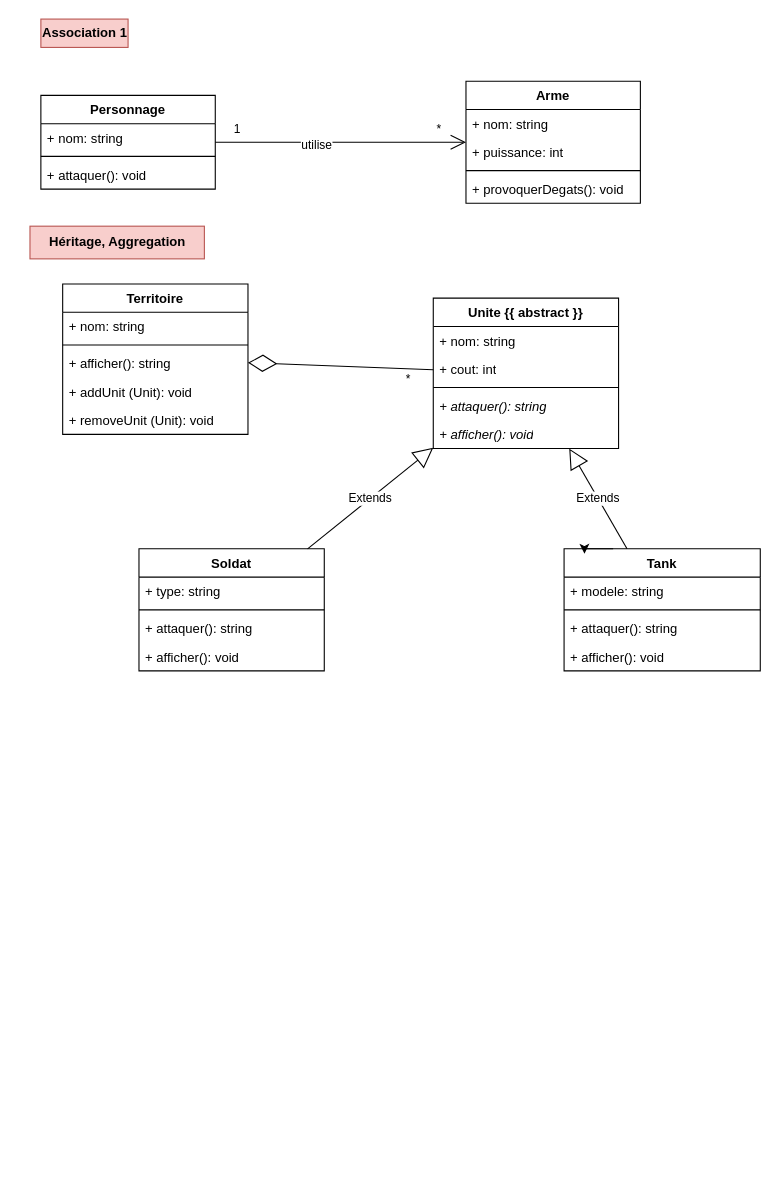
franlealp1/UML-Games-v3 keeps this draw.io diagram as CodeCours/GamesBase/Diagrammes/diagrammes.drawio. Above is the earlier version. Source tidied: cells renumbered, new cells numbered last; positions are measured from the earlier drawing's top-left corner, leaving out a move shared by most shapes. Both pictures are drawn from the tidied source at 109%, with x=0, y=0 at pixel (29, 19).
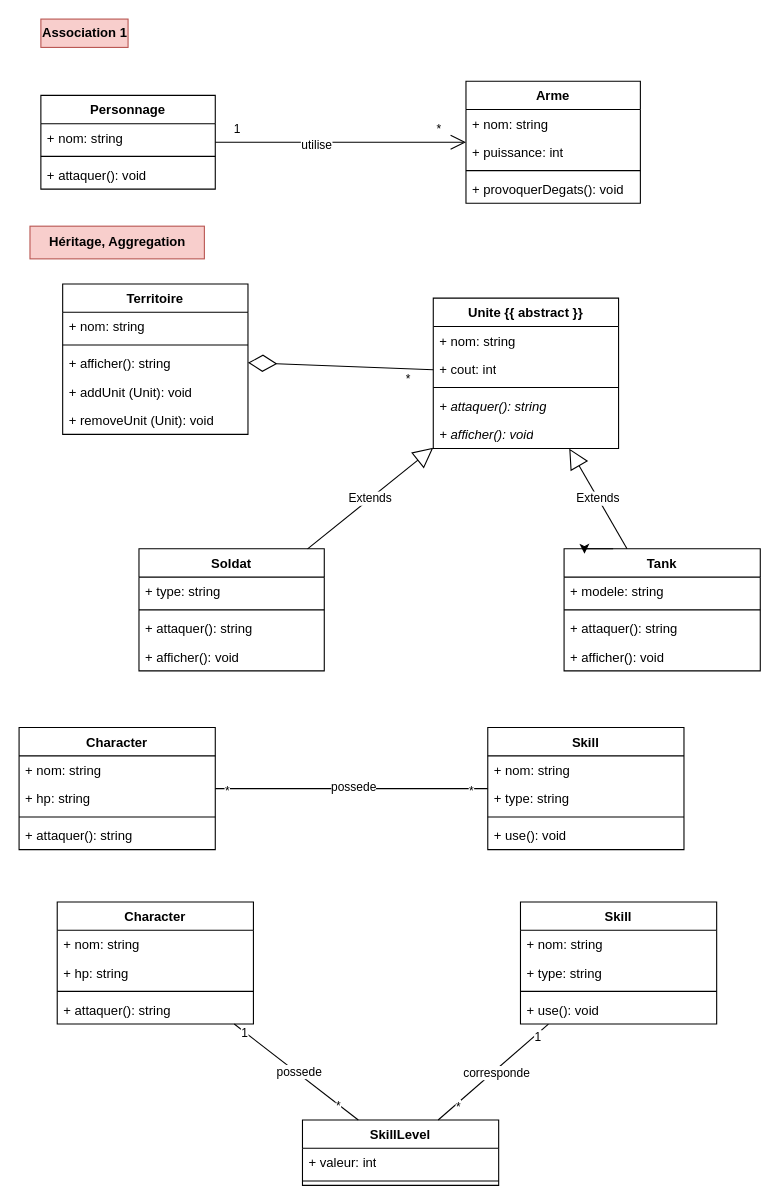
The same page after the edit.

Commit message (it also covers changes not shown here):
doc: diagramme many to many

The edit, as a diff of the source:
```diff
@@
+    <mxCell id="44" value="Character" style="swimlane;fontStyle=1;align=center;verticalAlign=top;horizontal=1;startSize=26;whiteSpace=wrap;html=1;" parent="1" vertex="1">
+      <mxGeometry x="-10" y="650" width="180" height="112" as="geometry" />
+    </mxCell>
+    <mxCell id="45" value="+ nom: string" style="text;strokeColor=none;fillColor=none;align=left;verticalAlign=top;spacingLeft=4;spacingRight=4;overflow=hidden;whiteSpace=wrap;html=1;" parent="44" vertex="1">
+      <mxGeometry y="26" width="180" height="26" as="geometry" />
+    </mxCell>
+    <mxCell id="46" value="+ hp: string" style="text;strokeColor=none;fillColor=none;align=left;verticalAlign=top;spacingLeft=4;spacingRight=4;overflow=hidden;whiteSpace=wrap;html=1;" parent="44" vertex="1">
+      <mxGeometry y="52" width="180" height="26" as="geometry" />
+    </mxCell>
+    <mxCell id="47" style="line;strokeWidth=1;fillColor=none;align=left;verticalAlign=middle;spacingTop=-1;spacingLeft=3;spacingRight=3;labelPosition=right;strokeColor=inherit;" parent="44" vertex="1">
+      <mxGeometry y="78" width="180" height="8" as="geometry" />
+    </mxCell>
+    <mxCell id="48" value="+ attaquer(): string" style="text;strokeColor=none;fillColor=none;align=left;verticalAlign=top;spacingLeft=4;spacingRight=4;overflow=hidden;whiteSpace=wrap;html=1;" parent="44" vertex="1">
+      <mxGeometry y="86" width="180" height="26" as="geometry" />
+    </mxCell>
+    <mxCell id="49" value="Skill" style="swimlane;fontStyle=1;align=center;verticalAlign=top;horizontal=1;startSize=26;whiteSpace=wrap;html=1;" parent="1" vertex="1">
+      <mxGeometry x="420" y="650" width="180" height="112" as="geometry" />
+    </mxCell>
+    <mxCell id="50" value="+ nom: string" style="text;strokeColor=none;fillColor=none;align=left;verticalAlign=top;spacingLeft=4;spacingRight=4;overflow=hidden;whiteSpace=wrap;html=1;" parent="49" vertex="1">
+      <mxGeometry y="26" width="180" height="26" as="geometry" />
+    </mxCell>
+    <mxCell id="51" value="+ type: string" style="text;strokeColor=none;fillColor=none;align=left;verticalAlign=top;spacingLeft=4;spacingRight=4;overflow=hidden;whiteSpace=wrap;html=1;" parent="49" vertex="1">
+      <mxGeometry y="52" width="180" height="26" as="geometry" />
+    </mxCell>
+    <mxCell id="52" style="line;strokeWidth=1;fillColor=none;align=left;verticalAlign=middle;spacingTop=-1;spacingLeft=3;spacingRight=3;labelPosition=right;strokeColor=inherit;" parent="49" vertex="1">
+      <mxGeometry y="78" width="180" height="8" as="geometry" />
+    </mxCell>
+    <mxCell id="53" value="+ use(): void" style="text;strokeColor=none;fillColor=none;align=left;verticalAlign=top;spacingLeft=4;spacingRight=4;overflow=hidden;whiteSpace=wrap;html=1;" parent="49" vertex="1">
+      <mxGeometry y="86" width="180" height="26" as="geometry" />
+    </mxCell>
+    <mxCell id="54" style="endArrow=none;html=1;rounded=0;startFill=0;" parent="1" edge="1" source="44" target="49">
+      <mxGeometry relative="1" as="geometry" />
+    </mxCell>
+    <mxCell id="55" value="possede" style="edgeLabel;html=1;align=center;verticalAlign=middle;" parent="54" vertex="1">
+      <mxGeometry x="0.01" y="2" relative="1" as="geometry" />
+    </mxCell>
+    <mxCell id="56" value="*" style="edgeLabel;html=1;align=center;verticalAlign=middle;" parent="54" vertex="1">
+      <mxGeometry x="0.87" y="-1" relative="1" as="geometry" />
+    </mxCell>
+    <mxCell id="57" value="*" style="edgeLabel;html=1;align=center;verticalAlign=middle;" parent="54" vertex="1">
+      <mxGeometry x="-0.92" y="-1" relative="1" as="geometry" />
+    </mxCell>
+    <mxCell id="58" value="Character" style="swimlane;fontStyle=1;align=center;verticalAlign=top;horizontal=1;startSize=26;whiteSpace=wrap;html=1;" parent="1" vertex="1">
+      <mxGeometry x="25" y="810" width="180" height="112" as="geometry" />
+    </mxCell>
+    <mxCell id="59" value="+ nom: string" style="text;strokeColor=none;fillColor=none;align=left;verticalAlign=top;spacingLeft=4;spacingRight=4;overflow=hidden;whiteSpace=wrap;html=1;" parent="58" vertex="1">
+      <mxGeometry y="26" width="180" height="26" as="geometry" />
+    </mxCell>
+    <mxCell id="60" value="+ hp: string" style="text;strokeColor=none;fillColor=none;align=left;verticalAlign=top;spacingLeft=4;spacingRight=4;overflow=hidden;whiteSpace=wrap;html=1;" parent="58" vertex="1">
+      <mxGeometry y="52" width="180" height="26" as="geometry" />
+    </mxCell>
+    <mxCell id="61" style="line;strokeWidth=1;fillColor=none;align=left;verticalAlign=middle;spacingTop=-1;spacingLeft=3;spacingRight=3;labelPosition=right;strokeColor=inherit;" parent="58" vertex="1">
+      <mxGeometry y="78" width="180" height="8" as="geometry" />
+    </mxCell>
+    <mxCell id="62" value="+ attaquer(): string" style="text;strokeColor=none;fillColor=none;align=left;verticalAlign=top;spacingLeft=4;spacingRight=4;overflow=hidden;whiteSpace=wrap;html=1;" parent="58" vertex="1">
+      <mxGeometry y="86" width="180" height="26" as="geometry" />
+    </mxCell>
+    <mxCell id="63" value="Skill" style="swimlane;fontStyle=1;align=center;verticalAlign=top;horizontal=1;startSize=26;whiteSpace=wrap;html=1;" parent="1" vertex="1">
+      <mxGeometry x="450" y="810" width="180" height="112" as="geometry" />
+    </mxCell>
+    <mxCell id="64" value="+ nom: string" style="text;strokeColor=none;fillColor=none;align=left;verticalAlign=top;spacingLeft=4;spacingRight=4;overflow=hidden;whiteSpace=wrap;html=1;" parent="63" vertex="1">
+      <mxGeometry y="26" width="180" height="26" as="geometry" />
+    </mxCell>
+    <mxCell id="65" value="+ type: string" style="text;strokeColor=none;fillColor=none;align=left;verticalAlign=top;spacingLeft=4;spacingRight=4;overflow=hidden;whiteSpace=wrap;html=1;" parent="63" vertex="1">
+      <mxGeometry y="52" width="180" height="26" as="geometry" />
+    </mxCell>
+    <mxCell id="66" style="line;strokeWidth=1;fillColor=none;align=left;verticalAlign=middle;spacingTop=-1;spacingLeft=3;spacingRight=3;labelPosition=right;strokeColor=inherit;" parent="63" vertex="1">
+      <mxGeometry y="78" width="180" height="8" as="geometry" />
+    </mxCell>
+    <mxCell id="67" value="+ use(): void" style="text;strokeColor=none;fillColor=none;align=left;verticalAlign=top;spacingLeft=4;spacingRight=4;overflow=hidden;whiteSpace=wrap;html=1;" parent="63" vertex="1">
+      <mxGeometry y="86" width="180" height="26" as="geometry" />
+    </mxCell>
+    <mxCell id="68" value="SkillLevel" style="swimlane;fontStyle=1;align=center;verticalAlign=top;horizontal=1;startSize=26;whiteSpace=wrap;html=1;" parent="1" vertex="1">
+      <mxGeometry x="250" y="1010" width="180" height="60" as="geometry" />
+    </mxCell>
+    <mxCell id="69" value="+ valeur: int" style="text;strokeColor=none;fillColor=none;align=left;verticalAlign=top;spacingLeft=4;spacingRight=4;overflow=hidden;whiteSpace=wrap;html=1;" parent="68" vertex="1">
+      <mxGeometry y="26" width="180" height="26" as="geometry" />
+    </mxCell>
+    <mxCell id="70" style="line;strokeWidth=1;fillColor=none;align=left;verticalAlign=middle;spacingTop=-1;spacingLeft=3;spacingRight=3;labelPosition=right;strokeColor=inherit;" parent="68" vertex="1">
+      <mxGeometry y="52" width="180" height="8" as="geometry" />
+    </mxCell>
+    <mxCell id="71" style="endArrow=none;html=1;rounded=0;startFill=0;" parent="1" edge="1" source="58" target="68">
+      <mxGeometry relative="1" as="geometry" />
+    </mxCell>
+    <mxCell id="72" value="possede" style="edgeLabel;html=1;align=center;verticalAlign=middle;" parent="71" vertex="1">
+      <mxGeometry x="0.01" y="2" relative="1" as="geometry" />
+    </mxCell>
+    <mxCell id="73" value="1" style="edgeLabel;html=1;align=center;verticalAlign=middle;" parent="71" vertex="1">
+      <mxGeometry x="-0.83" relative="1" as="geometry" />
+    </mxCell>
+    <mxCell id="74" value="*" style="edgeLabel;html=1;align=center;verticalAlign=middle;" parent="71" vertex="1">
+      <mxGeometry x="0.68" y="-1" relative="1" as="geometry" />
+    </mxCell>
+    <mxCell id="75" style="endArrow=none;html=1;rounded=0;startFill=0;" parent="1" edge="1" source="63" target="68">
+      <mxGeometry relative="1" as="geometry" />
+    </mxCell>
+    <mxCell id="76" value="corresponde" style="edgeLabel;html=1;align=center;verticalAlign=middle;" parent="75" vertex="1">
+      <mxGeometry x="-0.01" y="2" relative="1" as="geometry" />
+    </mxCell>
+    <mxCell id="77" value="*" style="edgeLabel;html=1;align=center;verticalAlign=middle;" parent="75" vertex="1">
+      <mxGeometry x="0.67" y="2" relative="1" as="geometry" />
+    </mxCell>
+    <mxCell id="78" value="1" style="edgeLabel;html=1;align=center;verticalAlign=middle;" parent="75" vertex="1">
+      <mxGeometry x="-0.77" y="2" relative="1" as="geometry" />
+    </mxCell>
```
